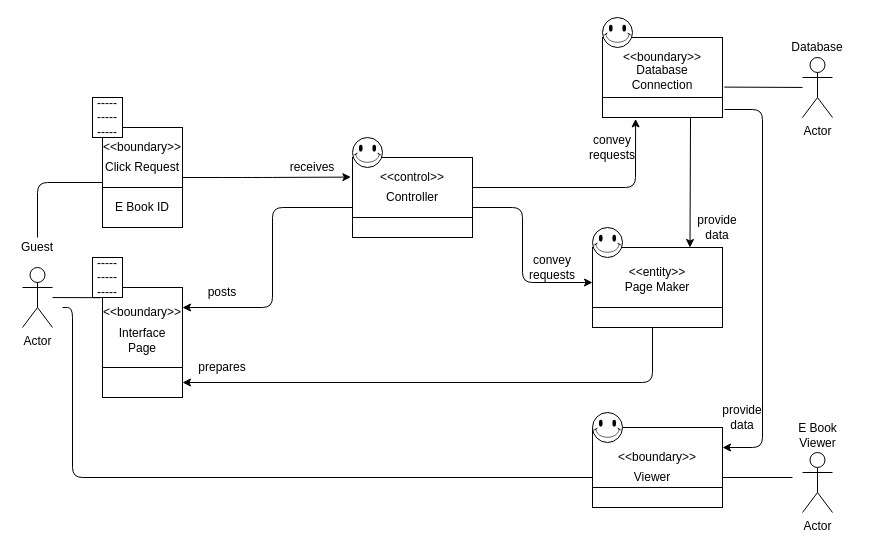
youngkwon02/Enhanced-library-management keeps this draw.io diagram as docs/DomainModels/diagrams/DM-UC-11.drawio. Above is the earlier version. Source tidied: cells renumbered, new cells numbered last; positions are measured from the earlier drawing's top-left corner, leaving out a move shared by most shapes. Both pictures are drawn from the tidied source at 100%, with x=0, y=0 at pixel (17, 17).
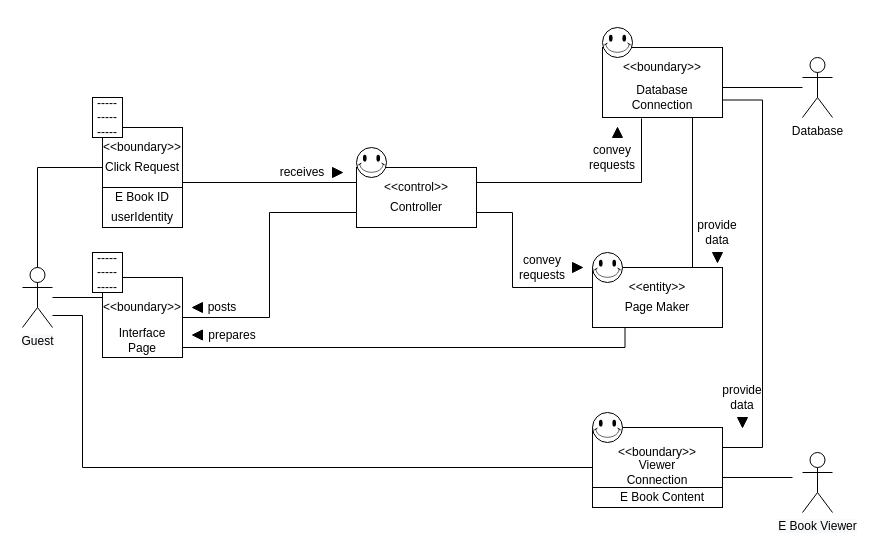
The same page after the edit.

The change refers to these unchanged cells:
```xml
<mxCell id="34" value="Click Request" style="text;html=1;strokeColor=none;fillColor=none;align=center;verticalAlign=middle;whiteSpace=wrap;rounded=0;" parent="1" vertex="1">
  <mxGeometry x="85" y="140" width="80" height="20" as="geometry" />
</mxCell>
<mxCell id="44" style="shape=internalStorage;whiteSpace=wrap;html=1;backgroundOutline=1;dx=130;dy=60;" parent="1" vertex="1">
  <mxGeometry x="575" y="410" width="130" height="80" as="geometry" />
</mxCell>
```

The edit, as a diff of the source:
```diff
@@
+    <mxCell id="52" style="edgeStyle=orthogonalEdgeStyle;rounded=0;jettySize=auto;html=1;exitX=0.25;exitY=1;exitDx=0;exitDy=0;entryX=1;entryY=0.875;entryDx=0;entryDy=0;entryPerimeter=0;endArrow=none;endFill=0;" parent="1" edge="1" source="2" target="7">
+      <mxGeometry relative="1" as="geometry" />
+    </mxCell>
-    <mxCell id="2" style="shape=internalStorage;whiteSpace=wrap;html=1;backgroundOutline=1;dx=130;dy=60;" parent="1" vertex="1">
-      <mxGeometry x="575" y="230" width="130" height="80" as="geometry" />
+    <mxCell id="2" style="shape=internalStorage;whiteSpace=wrap;html=1;backgroundOutline=1;dx=130;dy=80;" parent="1" vertex="1">
+      <mxGeometry x="575" y="250" width="130" height="60" as="geometry" />
     </mxCell>
     <mxCell id="3" style="verticalLabelPosition=bottom;verticalAlign=top;html=1;shape=mxgraph.basic.smiley;" parent="1" vertex="1">
-      <mxGeometry x="575" y="210" width="30" height="30" as="geometry" />
+      <mxGeometry x="575" y="235" width="30" height="30" as="geometry" />
     </mxCell>
+    <mxCell id="47" style="edgeStyle=orthogonalEdgeStyle;rounded=0;jettySize=auto;html=1;exitX=1;exitY=0.75;exitDx=0;exitDy=0;entryX=1;entryY=0.25;entryDx=0;entryDy=0;endArrow=none;endFill=0;" parent="1" edge="1" source="4" target="44">
+      <mxGeometry relative="1" as="geometry">
+        <Array as="points">
+          <mxPoint x="745" y="83" />
+          <mxPoint x="745" y="430" />
+        </Array>
+      </mxGeometry>
+    </mxCell>
-    <mxCell id="4" style="shape=internalStorage;whiteSpace=wrap;html=1;backgroundOutline=1;dx=120;dy=60;" parent="1" vertex="1">
-      <mxGeometry x="585" y="20" width="120" height="80" as="geometry" />
+    <mxCell id="4" style="shape=internalStorage;whiteSpace=wrap;html=1;backgroundOutline=1;dx=120;dy=80;" parent="1" vertex="1">
+      <mxGeometry x="585" y="30" width="120" height="70" as="geometry" />
     </mxCell>
     <mxCell id="5" style="verticalLabelPosition=bottom;verticalAlign=top;html=1;shape=mxgraph.basic.smiley;" parent="1" vertex="1">
-      <mxGeometry x="585" width="30" height="30" as="geometry" />
+      <mxGeometry x="585" y="10" width="30" height="30" as="geometry" />
     </mxCell>
+    <mxCell id="53" style="edgeStyle=orthogonalEdgeStyle;rounded=0;jettySize=auto;html=1;exitX=0;exitY=0.75;exitDx=0;exitDy=0;entryX=1;entryY=0.5;entryDx=0;entryDy=0;endArrow=none;endFill=0;" parent="1" edge="1" source="6" target="7">
+      <mxGeometry relative="1" as="geometry" />
+    </mxCell>
+    <mxCell id="54" style="edgeStyle=orthogonalEdgeStyle;rounded=0;jettySize=auto;html=1;exitX=1;exitY=0.75;exitDx=0;exitDy=0;entryX=0;entryY=0.5;entryDx=0;entryDy=0;endArrow=none;endFill=0;" parent="1" edge="1" source="6" target="2">
+      <mxGeometry relative="1" as="geometry">
+        <Array as="points">
+          <mxPoint x="495" y="195" />
+          <mxPoint x="495" y="270" />
+          <mxPoint x="575" y="270" />
+        </Array>
+      </mxGeometry>
+    </mxCell>
+    <mxCell id="55" style="edgeStyle=orthogonalEdgeStyle;rounded=0;jettySize=auto;html=1;exitX=1;exitY=0.25;exitDx=0;exitDy=0;entryX=0.325;entryY=1.014;entryDx=0;entryDy=0;entryPerimeter=0;endArrow=none;endFill=0;" parent="1" edge="1" source="6" target="4">
+      <mxGeometry relative="1" as="geometry" />
+    </mxCell>
-    <mxCell id="6" style="shape=internalStorage;whiteSpace=wrap;html=1;backgroundOutline=1;dx=120;dy=60;" parent="1" vertex="1">
-      <mxGeometry x="335" y="140" width="120" height="80" as="geometry" />
+    <mxCell id="6" style="shape=internalStorage;whiteSpace=wrap;html=1;backgroundOutline=1;dx=120;dy=80;" parent="1" vertex="1">
+      <mxGeometry x="339" y="150" width="120" height="60" as="geometry" />
     </mxCell>
-    <mxCell id="7" style="shape=internalStorage;whiteSpace=wrap;html=1;backgroundOutline=1;dx=80;dy=80;" parent="1" vertex="1">
-      <mxGeometry x="85" y="270" width="80" height="110" as="geometry" />
+    <mxCell id="7" style="shape=internalStorage;whiteSpace=wrap;html=1;backgroundOutline=1;dx=80;dy=110;" parent="1" vertex="1">
+      <mxGeometry x="85" y="260" width="80" height="80" as="geometry" />
     </mxCell>
@@
-    <mxCell id="9" value="Actor" style="shape=umlActor;verticalLabelPosition=bottom;verticalAlign=top;html=1;outlineConnect=0;" parent="1" vertex="1">
+    <mxCell id="9" value="&lt;span style=&quot;color: rgb(0 , 0 , 0) ; font-family: &amp;#34;helvetica&amp;#34; ; font-size: 12px ; font-style: normal ; font-weight: 400 ; letter-spacing: normal ; text-align: center ; text-indent: 0px ; text-transform: none ; word-spacing: 0px ; background-color: rgb(248 , 249 , 250) ; display: inline ; float: none&quot;&gt;Guest&lt;/span&gt;&lt;br&gt;" style="shape=umlActor;verticalLabelPosition=bottom;verticalAlign=top;html=1;outlineConnect=0;" parent="1" vertex="1">
       <mxGeometry x="5" y="250" width="30" height="60" as="geometry" />
     </mxCell>
-    <mxCell id="10" value="Guest" style="text;html=1;strokeColor=none;fillColor=none;align=center;verticalAlign=middle;whiteSpace=wrap;rounded=0;" parent="1" vertex="1">
-      <mxGeometry y="220" width="40" height="20" as="geometry" />
-    </mxCell>
@@
     <mxCell id="12" value="Controller" style="text;html=1;strokeColor=none;fillColor=none;align=center;verticalAlign=middle;whiteSpace=wrap;rounded=0;" parent="1" vertex="1">
-      <mxGeometry x="375" y="170" width="40" height="20" as="geometry" />
+      <mxGeometry x="379" y="180" width="40" height="20" as="geometry" />
     </mxCell>
     <mxCell id="13" value="Page Maker" style="text;html=1;strokeColor=none;fillColor=none;align=center;verticalAlign=middle;whiteSpace=wrap;rounded=0;" parent="1" vertex="1">
-      <mxGeometry x="600" y="260" width="80" height="20" as="geometry" />
+      <mxGeometry x="600" y="280" width="80" height="20" as="geometry" />
     </mxCell>
     <mxCell id="14" value="Database Connection" style="text;html=1;strokeColor=none;fillColor=none;align=center;verticalAlign=middle;whiteSpace=wrap;rounded=0;" parent="1" vertex="1">
-      <mxGeometry x="625" y="50" width="40" height="20" as="geometry" />
+      <mxGeometry x="625" y="70" width="40" height="20" as="geometry" />
     </mxCell>
-    <mxCell id="15" style="endArrow=classic;html=1;entryX=-0.013;entryY=0.12;entryDx=0;entryDy=0;entryPerimeter=0;" parent="1" edge="1">
-      <mxGeometry relative="1" as="geometry">
-        <mxPoint x="165" y="160" as="sourcePoint" />
-        <mxPoint x="333.4" y="159.6" as="targetPoint" />
-        <Array as="points">
-          <mxPoint x="215" y="160" />
-          <mxPoint x="245" y="160" />
-        </Array>
-      </mxGeometry>
-    </mxCell>
-    <mxCell id="16" style="endArrow=classic;html=1;entryX=1;entryY=0.25;entryDx=0;entryDy=0;" parent="1" edge="1">
-      <mxGeometry relative="1" as="geometry">
-        <mxPoint x="335" y="190" as="sourcePoint" />
-        <mxPoint x="165" y="290" as="targetPoint" />
-        <Array as="points">
-          <mxPoint x="255" y="190" />
-          <mxPoint x="255" y="290" />
-        </Array>
-      </mxGeometry>
-    </mxCell>
-    <mxCell id="17" style="endArrow=classic;html=1;entryX=1;entryY=0.875;entryDx=0;entryDy=0;entryPerimeter=0;" parent="1" edge="1">
-      <mxGeometry relative="1" as="geometry">
-        <mxPoint x="635" y="310" as="sourcePoint" />
-        <mxPoint x="165" y="365" as="targetPoint" />
-        <Array as="points">
-          <mxPoint x="635" y="365" />
-        </Array>
-      </mxGeometry>
-    </mxCell>
-    <mxCell id="18" style="endArrow=classic;html=1;exitX=1;exitY=0.25;exitDx=0;exitDy=0;entryX=0.109;entryY=1.023;entryDx=0;entryDy=0;entryPerimeter=0;" parent="1" edge="1">
-      <mxGeometry relative="1" as="geometry">
-        <mxPoint x="455" y="170" as="sourcePoint" />
-        <mxPoint x="618.1" y="101.4" as="targetPoint" />
-        <Array as="points">
-          <mxPoint x="618" y="170" />
-        </Array>
-      </mxGeometry>
-    </mxCell>
-    <mxCell id="19" style="endArrow=classic;html=1;entryX=0.75;entryY=0;entryDx=0;entryDy=0;" parent="1" edge="1" target="2">
-      <mxGeometry relative="1" as="geometry">
-        <mxPoint x="673" y="100" as="sourcePoint" />
-      </mxGeometry>
-    </mxCell>
-    <mxCell id="20" style="endArrow=classic;html=1;entryX=0;entryY=0.25;entryDx=0;entryDy=0;exitX=1;exitY=0.5;exitDx=0;exitDy=0;" parent="1" edge="1">
-      <mxGeometry relative="1" as="geometry">
-        <mxPoint x="455" y="190" as="sourcePoint" />
-        <mxPoint x="575" y="265" as="targetPoint" />
-        <Array as="points">
-          <mxPoint x="505" y="190" />
-          <mxPoint x="505" y="265" />
-        </Array>
-      </mxGeometry>
-    </mxCell>
     <mxCell id="21" value="receives" style="text;html=1;strokeColor=none;fillColor=none;align=center;verticalAlign=middle;whiteSpace=wrap;rounded=0;" parent="1" vertex="1">
-      <mxGeometry x="275" y="140" width="40" height="20" as="geometry" />
+      <mxGeometry x="265" y="145" width="40" height="20" as="geometry" />
     </mxCell>
     <mxCell id="22" value="posts" style="text;html=1;strokeColor=none;fillColor=none;align=center;verticalAlign=middle;whiteSpace=wrap;rounded=0;" parent="1" vertex="1">
-      <mxGeometry x="185" y="265" width="40" height="20" as="geometry" />
+      <mxGeometry x="185" y="280" width="40" height="20" as="geometry" />
     </mxCell>
     <mxCell id="23" value="prepares" style="text;html=1;strokeColor=none;fillColor=none;align=center;verticalAlign=middle;whiteSpace=wrap;rounded=0;" parent="1" vertex="1">
-      <mxGeometry x="185" y="340" width="40" height="20" as="geometry" />
+      <mxGeometry x="195" y="307.5" width="40" height="20" as="geometry" />
     </mxCell>
     <mxCell id="24" value="convey requests" style="text;html=1;strokeColor=none;fillColor=none;align=center;verticalAlign=middle;whiteSpace=wrap;rounded=0;" parent="1" vertex="1">
-      <mxGeometry x="515" y="240" width="40" height="20" as="geometry" />
+      <mxGeometry x="505" y="240" width="40" height="20" as="geometry" />
     </mxCell>
     <mxCell id="25" value="convey requests" style="text;html=1;strokeColor=none;fillColor=none;align=center;verticalAlign=middle;whiteSpace=wrap;rounded=0;" parent="1" vertex="1">
-      <mxGeometry x="575" y="120" width="40" height="20" as="geometry" />
+      <mxGeometry x="575" y="130" width="40" height="20" as="geometry" />
     </mxCell>
     <mxCell id="26" value="provide data" style="text;html=1;strokeColor=none;fillColor=none;align=center;verticalAlign=middle;whiteSpace=wrap;rounded=0;" parent="1" vertex="1">
-      <mxGeometry x="680" y="200" width="40" height="20" as="geometry" />
+      <mxGeometry x="680" y="205" width="40" height="20" as="geometry" />
     </mxCell>
-    <mxCell id="27" style="endArrow=none;html=1;exitX=0.5;exitY=0;exitDx=0;exitDy=0;entryX=0;entryY=0.5;entryDx=0;entryDy=0;" parent="1" edge="1" source="10">
-      <mxGeometry relative="1" as="geometry">
-        <mxPoint x="85" y="165" as="targetPoint" />
-        <Array as="points">
-          <mxPoint x="20" y="165" />
-        </Array>
-      </mxGeometry>
-    </mxCell>
-    <mxCell id="28" style="endArrow=none;html=1;entryX=-0.028;entryY=0.168;entryDx=0;entryDy=0;entryPerimeter=0;" parent="1" edge="1" source="9">
+    <mxCell id="28" style="endArrow=none;html=1;" parent="1" edge="1" source="9">
       <mxGeometry relative="1" as="geometry">
-        <mxPoint x="82.8" y="280.2" as="targetPoint" />
+        <mxPoint x="85" y="280" as="targetPoint" />
       </mxGeometry>
     </mxCell>
     <mxCell id="29" style="verticalLabelPosition=bottom;verticalAlign=top;html=1;shape=mxgraph.basic.smiley;" parent="1" vertex="1">
-      <mxGeometry x="335" y="120" width="30" height="30" as="geometry" />
+      <mxGeometry x="339" y="130" width="30" height="30" as="geometry" />
     </mxCell>
     <mxCell id="30" value="&amp;lt;&amp;lt;control&amp;gt;&amp;gt;" style="text;html=1;strokeColor=none;fillColor=none;align=center;verticalAlign=middle;whiteSpace=wrap;rounded=0;" parent="1" vertex="1">
-      <mxGeometry x="375" y="150" width="40" height="20" as="geometry" />
+      <mxGeometry x="379" y="160" width="40" height="20" as="geometry" />
     </mxCell>
@@
     <mxCell id="32" value="&amp;lt;&amp;lt;boundary&amp;gt;&amp;gt;" style="text;html=1;strokeColor=none;fillColor=none;align=center;verticalAlign=middle;whiteSpace=wrap;rounded=0;" parent="1" vertex="1">
-      <mxGeometry x="105" y="285" width="40" height="20" as="geometry" />
+      <mxGeometry x="105" y="280" width="40" height="20" as="geometry" />
     </mxCell>
     <mxCell id="33" value="E Book ID" style="text;html=1;strokeColor=none;fillColor=none;align=center;verticalAlign=middle;whiteSpace=wrap;rounded=0;" parent="1" vertex="1">
-      <mxGeometry x="85" y="180" width="80" height="20" as="geometry" />
+      <mxGeometry x="85" y="170" width="80" height="20" as="geometry" />
     </mxCell>
+    <mxCell id="56" style="edgeStyle=orthogonalEdgeStyle;rounded=0;jettySize=auto;html=1;exitX=0;exitY=0.5;exitDx=0;exitDy=0;entryX=0.5;entryY=0;entryDx=0;entryDy=0;entryPerimeter=0;endArrow=none;endFill=0;" parent="1" edge="1" source="34" target="9">
+      <mxGeometry relative="1" as="geometry" />
+    </mxCell>
@@
     <mxCell id="35" value="&amp;lt;&amp;lt;boundary&amp;gt;&amp;gt;" style="text;html=1;strokeColor=none;fillColor=none;align=center;verticalAlign=middle;whiteSpace=wrap;rounded=0;" parent="1" vertex="1">
-      <mxGeometry x="625" y="30" width="40" height="20" as="geometry" />
+      <mxGeometry x="625" y="40" width="40" height="20" as="geometry" />
     </mxCell>
     <mxCell id="36" value="&amp;lt;&amp;lt;entity&amp;gt;&amp;gt;" style="text;html=1;strokeColor=none;fillColor=none;align=center;verticalAlign=middle;whiteSpace=wrap;rounded=0;" parent="1" vertex="1">
-      <mxGeometry x="620" y="245" width="40" height="20" as="geometry" />
+      <mxGeometry x="620" y="260" width="40" height="20" as="geometry" />
     </mxCell>
-    <mxCell id="37" value="Actor" style="shape=umlActor;verticalLabelPosition=bottom;verticalAlign=top;html=1;outlineConnect=0;" parent="1" vertex="1">
+    <mxCell id="37" value="&lt;span&gt;Database&lt;/span&gt;" style="shape=umlActor;verticalLabelPosition=bottom;verticalAlign=top;html=1;outlineConnect=0;" parent="1" vertex="1">
       <mxGeometry x="785" y="40" width="30" height="60" as="geometry" />
     </mxCell>
-    <mxCell id="38" value="Database" style="text;html=1;strokeColor=none;fillColor=none;align=center;verticalAlign=middle;whiteSpace=wrap;rounded=0;" parent="1" vertex="1">
-      <mxGeometry x="780" y="20" width="40" height="20" as="geometry" />
-    </mxCell>
-    <mxCell id="39" style="endArrow=none;html=1;exitX=1.015;exitY=0.62;exitDx=0;exitDy=0;exitPerimeter=0;" parent="1" edge="1" source="4" target="37">
-      <mxGeometry relative="1" as="geometry" />
+    <mxCell id="39" style="endArrow=none;html=1;" parent="1" edge="1" target="37">
+      <mxGeometry relative="1" as="geometry">
+        <mxPoint x="705" y="70" as="sourcePoint" />
+      </mxGeometry>
     </mxCell>
@@
     <mxCell id="41" value="-----&lt;br&gt;-----&lt;br&gt;-----" style="whiteSpace=wrap;html=1;align=center;" parent="1" vertex="1">
-      <mxGeometry x="75" y="240" width="30" height="40" as="geometry" />
+      <mxGeometry x="75" y="235" width="30" height="40" as="geometry" />
     </mxCell>
-    <mxCell id="42" value="Actor" style="shape=umlActor;verticalLabelPosition=bottom;verticalAlign=top;html=1;" parent="1" vertex="1">
+    <mxCell id="42" value="&lt;span style=&quot;color: rgb(0 , 0 , 0) ; font-family: &amp;#34;helvetica&amp;#34; ; font-size: 12px ; font-style: normal ; font-weight: 400 ; letter-spacing: normal ; text-align: center ; text-indent: 0px ; text-transform: none ; word-spacing: 0px ; background-color: rgb(248 , 249 , 250) ; display: inline ; float: none&quot;&gt;E Book Viewer&lt;/span&gt;&lt;br&gt;" style="shape=umlActor;verticalLabelPosition=bottom;verticalAlign=top;html=1;" parent="1" vertex="1">
       <mxGeometry x="785" y="435" width="30" height="60" as="geometry" />
     </mxCell>
-    <mxCell id="43" value="E Book Viewer" style="text;html=1;strokeColor=none;fillColor=none;align=center;verticalAlign=middle;whiteSpace=wrap;rounded=0;" parent="1" vertex="1">
-      <mxGeometry x="767.5" y="410" width="65" height="15" as="geometry" />
-    </mxCell>
+    <mxCell id="57" style="edgeStyle=orthogonalEdgeStyle;rounded=0;jettySize=auto;html=1;exitX=0;exitY=0.5;exitDx=0;exitDy=0;endArrow=none;endFill=0;" parent="1" edge="1" source="44" target="9">
+      <mxGeometry relative="1" as="geometry">
+        <Array as="points">
+          <mxPoint x="65" y="450" />
+          <mxPoint x="65" y="298" />
+        </Array>
+      </mxGeometry>
+    </mxCell>
@@
     <mxCell id="45" value="&amp;lt;&amp;lt;boundary&amp;gt;&amp;gt;" style="text;html=1;strokeColor=none;fillColor=none;align=center;verticalAlign=middle;whiteSpace=wrap;rounded=0;" parent="1" vertex="1">
-      <mxGeometry x="620" y="430" width="40" height="20" as="geometry" />
+      <mxGeometry x="620" y="425" width="40" height="20" as="geometry" />
     </mxCell>
-    <mxCell id="46" value="Viewer" style="text;html=1;strokeColor=none;fillColor=none;align=center;verticalAlign=middle;whiteSpace=wrap;rounded=0;" parent="1" vertex="1">
-      <mxGeometry x="615" y="450" width="40" height="20" as="geometry" />
+    <mxCell id="46" value="Viewer Connection" style="text;html=1;strokeColor=none;fillColor=none;align=center;verticalAlign=middle;whiteSpace=wrap;rounded=0;" parent="1" vertex="1">
+      <mxGeometry x="620" y="445" width="40" height="20" as="geometry" />
     </mxCell>
-    <mxCell id="47" style="endArrow=classic;html=1;exitX=1.017;exitY=0.9;exitDx=0;exitDy=0;exitPerimeter=0;entryX=1;entryY=0.25;entryDx=0;entryDy=0;" parent="1" edge="1" source="4" target="44">
-      <mxGeometry relative="1" as="geometry">
-        <Array as="points">
-          <mxPoint x="745" y="92" />
-          <mxPoint x="745" y="430" />
-        </Array>
-      </mxGeometry>
-    </mxCell>
     <mxCell id="48" value="provide data" style="text;html=1;strokeColor=none;fillColor=none;align=center;verticalAlign=middle;whiteSpace=wrap;rounded=0;" parent="1" vertex="1">
-      <mxGeometry x="705" y="390" width="40" height="20" as="geometry" />
+      <mxGeometry x="705" y="370" width="40" height="20" as="geometry" />
     </mxCell>
@@
-    <mxCell id="50" style="endArrow=none;html=1;entryX=0;entryY=0.625;entryDx=0;entryDy=0;entryPerimeter=0;" parent="1" edge="1" target="44">
-      <mxGeometry relative="1" as="geometry">
-        <mxPoint x="45" y="290" as="sourcePoint" />
-        <Array as="points">
-          <mxPoint x="55" y="290" />
-          <mxPoint x="55" y="460" />
-        </Array>
-      </mxGeometry>
-    </mxCell>
@@
+    <mxCell id="58" style="endArrow=none;html=1;entryX=0;entryY=0.25;entryDx=0;entryDy=0;" parent="1" edge="1" target="6">
+      <mxGeometry relative="1" as="geometry">
+        <mxPoint x="165" y="165" as="sourcePoint" />
+      </mxGeometry>
+    </mxCell>
+    <mxCell id="59" style="triangle;whiteSpace=wrap;html=1;fillColor=#000000;" parent="1" vertex="1">
+      <mxGeometry x="315" y="150" width="10" height="10" as="geometry" />
+    </mxCell>
+    <mxCell id="60" style="triangle;whiteSpace=wrap;html=1;fillColor=#000000;direction=west;" parent="1" vertex="1">
+      <mxGeometry x="175" y="285" width="10" height="10" as="geometry" />
+    </mxCell>
+    <mxCell id="61" style="triangle;whiteSpace=wrap;html=1;fillColor=#000000;" parent="1" vertex="1">
+      <mxGeometry x="555" y="245" width="10" height="10" as="geometry" />
+    </mxCell>
+    <mxCell id="62" style="triangle;whiteSpace=wrap;html=1;fillColor=#000000;direction=west;" parent="1" vertex="1">
+      <mxGeometry x="175" y="312.5" width="10" height="10" as="geometry" />
+    </mxCell>
+    <mxCell id="63" style="triangle;whiteSpace=wrap;html=1;fillColor=#000000;direction=north;" parent="1" vertex="1">
+      <mxGeometry x="595" y="110" width="10" height="10" as="geometry" />
+    </mxCell>
+    <mxCell id="64" style="endArrow=none;html=1;entryX=0.75;entryY=1;entryDx=0;entryDy=0;" parent="1" edge="1" target="4">
+      <mxGeometry relative="1" as="geometry">
+        <mxPoint x="675" y="250" as="sourcePoint" />
+      </mxGeometry>
+    </mxCell>
+    <mxCell id="65" style="triangle;whiteSpace=wrap;html=1;fillColor=#000000;direction=south;" parent="1" vertex="1">
+      <mxGeometry x="695" y="235" width="10" height="10" as="geometry" />
+    </mxCell>
+    <mxCell id="66" style="triangle;whiteSpace=wrap;html=1;fillColor=#000000;direction=south;" parent="1" vertex="1">
+      <mxGeometry x="720" y="400" width="10" height="10" as="geometry" />
+    </mxCell>
+    <mxCell id="67" value="userIdentity" style="text;html=1;strokeColor=none;fillColor=none;align=center;verticalAlign=middle;whiteSpace=wrap;rounded=0;" parent="1" vertex="1">
+      <mxGeometry x="85" y="190" width="80" height="20" as="geometry" />
+    </mxCell>
+    <mxCell id="68" value="E Book Content" style="text;html=1;strokeColor=none;fillColor=none;align=center;verticalAlign=middle;whiteSpace=wrap;rounded=0;" parent="1" vertex="1">
+      <mxGeometry x="595" y="470" width="100" height="20" as="geometry" />
+    </mxCell>
```
